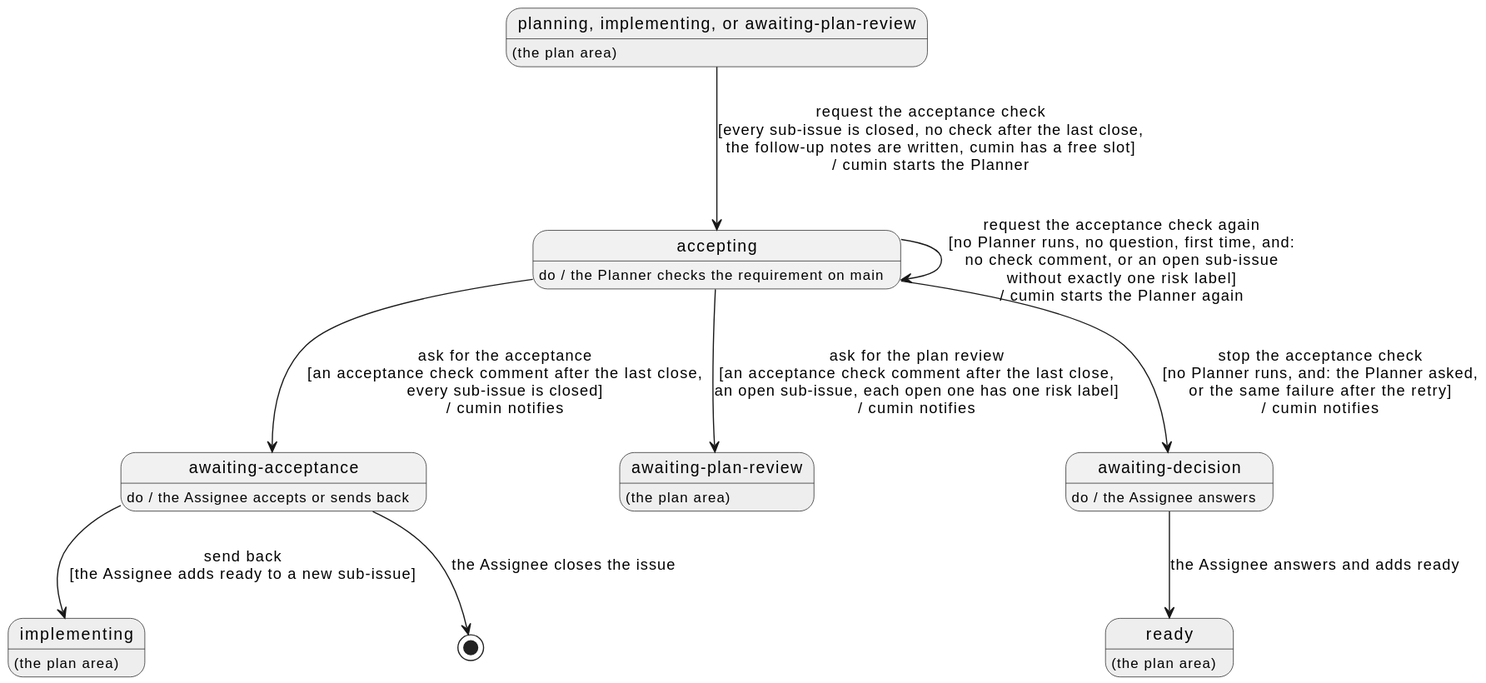
This is docs/ja/requirements/accept/overview.svg from cloveclovedev/cumin-works, a PlantUML export, as it was before one commit. The source it was exported from:
```plantuml
@startuml

hide empty description

state "planning, implementing, or awaiting-plan-review" as Before #EEEEEE
Before : (the plan area)

state "accepting" as Accepting
Accepting : do / the Planner checks the requirement on main

state "awaiting-acceptance" as AwaitingAcceptance
AwaitingAcceptance : do / the Assignee accepts or sends back

state "awaiting-plan-review" as PlanReview #EEEEEE
PlanReview : (the plan area)

state "implementing" as Implementing #EEEEEE
Implementing : (the plan area)

state "awaiting-decision" as Decision
Decision : do / the Assignee answers

state "ready" as Ready #EEEEEE
Ready : (the plan area)

Before --> Accepting : request the acceptance check\n[every sub-issue is closed, no check after the last close,\nthe follow-up notes are written, cumin has a free slot]\n/ cumin starts the Planner
Accepting --> AwaitingAcceptance : ask for the acceptance\n[an acceptance check comment after the last close,\nevery sub-issue is closed]\n/ cumin notifies
Accepting --> PlanReview : ask for the plan review\n[an acceptance check comment after the last close,\nan open sub-issue, each open one has one risk label]\n/ cumin notifies
Accepting --> Accepting : request the acceptance check again\n[no Planner runs, no question, first time, and:\nno check comment, or an open sub-issue\nwithout exactly one risk label]\n/ cumin starts the Planner again
Accepting --> Decision : stop the acceptance check\n[no Planner runs, and: the Planner asked,\nor the same failure after the retry]\n/ cumin notifies
AwaitingAcceptance --> [*] : the Assignee closes the issue
AwaitingAcceptance --> Implementing : send back\n[the Assignee adds ready to a new sub-issue]
Decision --> Ready : the Assignee answers and adds ready
@enduml
```
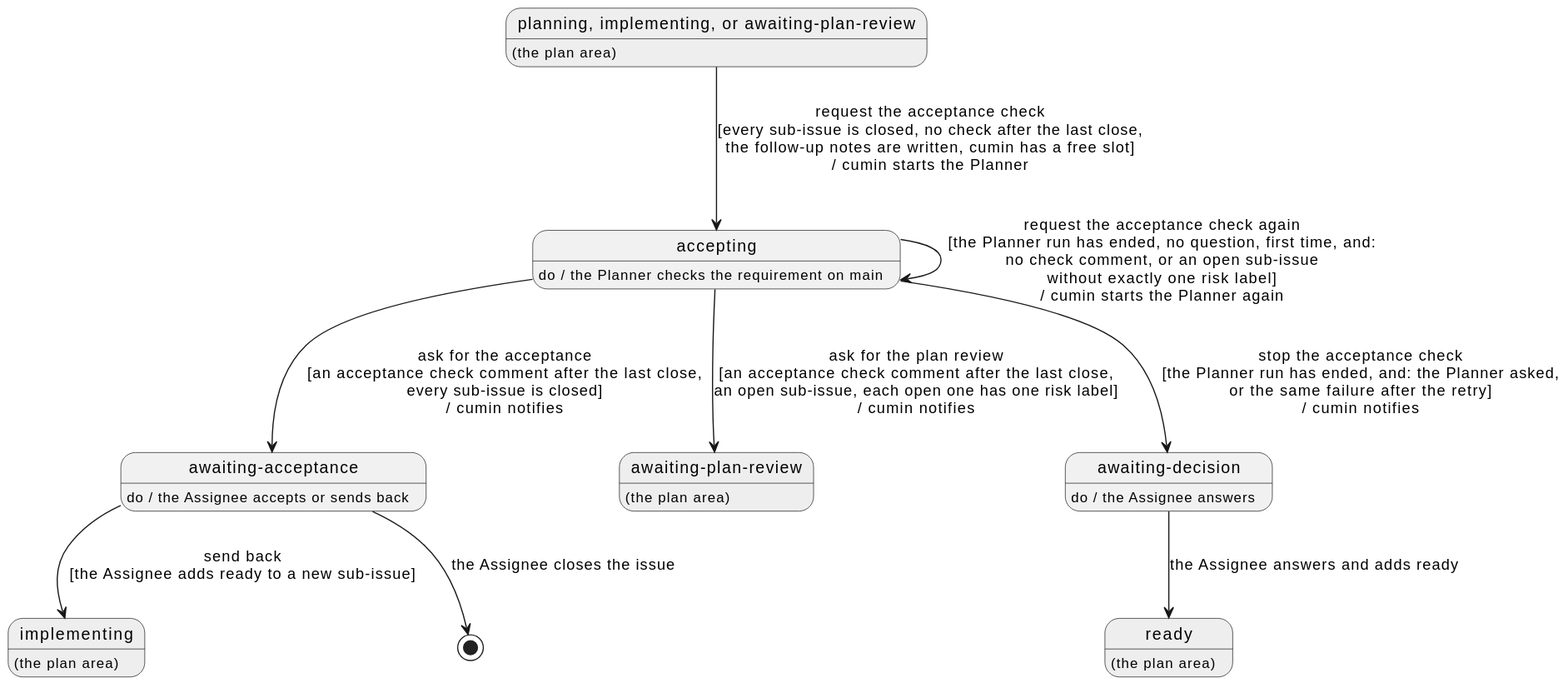
After the change.

The edit, as a diff of the source:
```diff
@@ -26,8 +26,8 @@
 Before --> Accepting : request the acceptance check\n[every sub-issue is closed, no check after the last close,\nthe follow-up notes are written, cumin has a free slot]\n/ cumin starts the Planner
 Accepting --> AwaitingAcceptance : ask for the acceptance\n[an acceptance check comment after the last close,\nevery sub-issue is closed]\n/ cumin notifies
 Accepting --> PlanReview : ask for the plan review\n[an acceptance check comment after the last close,\nan open sub-issue, each open one has one risk label]\n/ cumin notifies
-Accepting --> Accepting : request the acceptance check again\n[no Planner runs, no question, first time, and:\nno check comment, or an open sub-issue\nwithout exactly one risk label]\n/ cumin starts the Planner again
-Accepting --> Decision : stop the acceptance check\n[no Planner runs, and: the Planner asked,\nor the same failure after the retry]\n/ cumin notifies
+Accepting --> Accepting : request the acceptance check again\n[the Planner run has ended, no question, first time, and:\nno check comment, or an open sub-issue\nwithout exactly one risk label]\n/ cumin starts the Planner again
+Accepting --> Decision : stop the acceptance check\n[the Planner run has ended, and: the Planner asked,\nor the same failure after the retry]\n/ cumin notifies
 AwaitingAcceptance --> [*] : the Assignee closes the issue
 AwaitingAcceptance --> Implementing : send back\n[the Assignee adds ready to a new sub-issue]
 Decision --> Ready : the Assignee answers and adds ready
```
